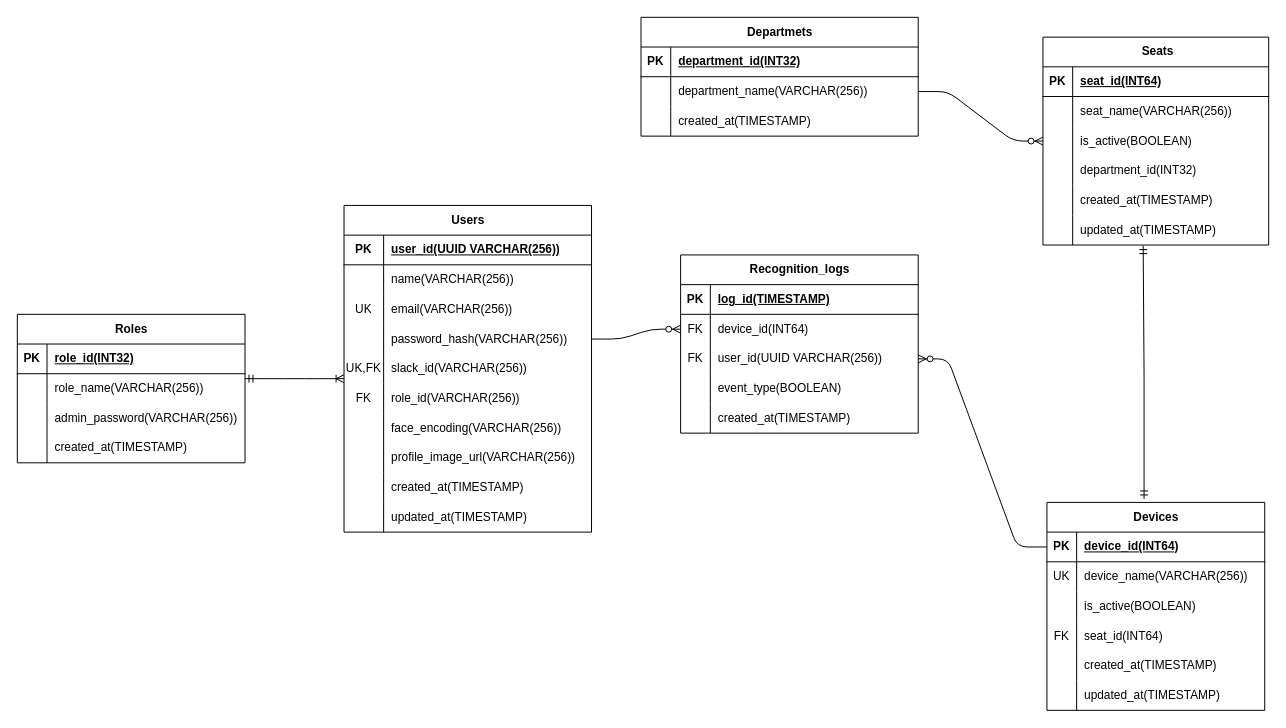
Before: blueprint/er.drawio in kazushi-yoshida-safie/seating-cam-system, a draw.io diagram. Source tidied: cells renumbered, new cells numbered last; positions are measured from the earlier drawing's top-left corner, leaving out a move shared by most shapes. Both pictures are drawn from the tidied source at 99%, with x=0, y=0 at pixel (17, 17).
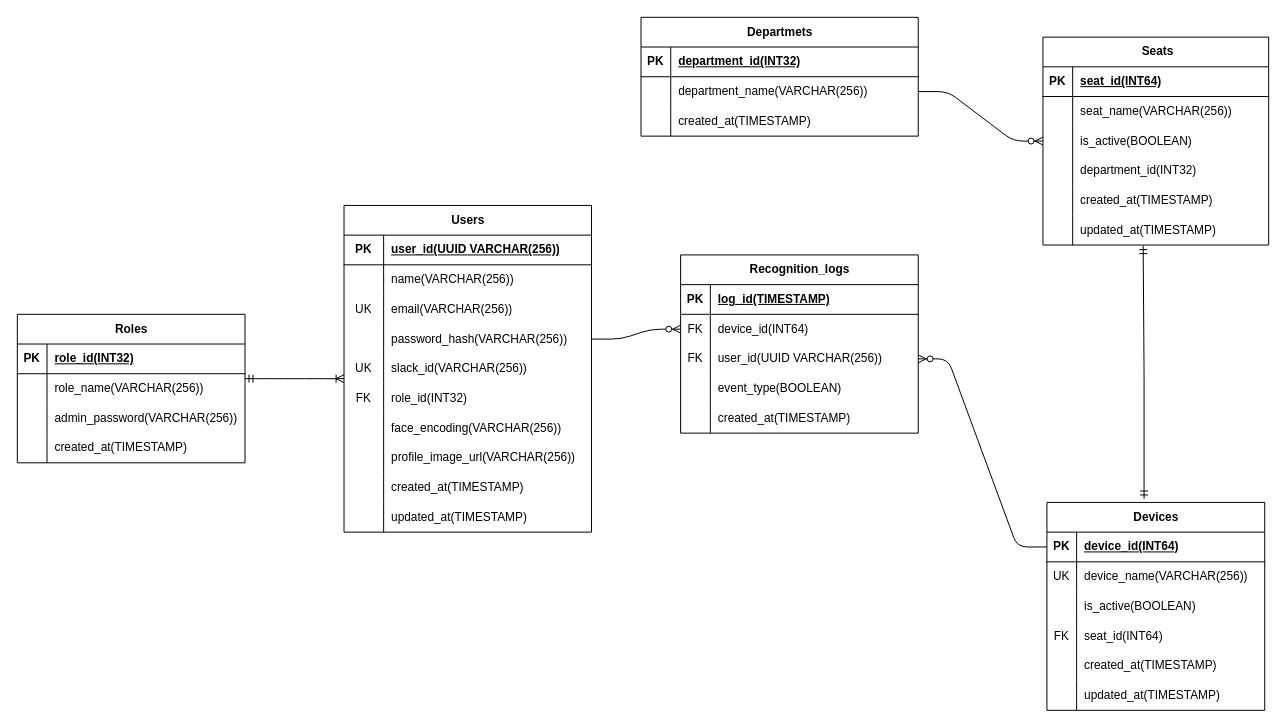
The same diagram, later.

The change refers to these unchanged cells:
```xml
<mxCell id="20" style="shape=tableRow;horizontal=0;startSize=0;swimlaneHead=0;swimlaneBody=0;fillColor=none;top=0;left=0;right=0;bottom=0;" parent="7" vertex="1">
  <mxGeometry y="150" width="250" height="30" as="geometry" />
</mxCell>
<mxCell id="23" style="shape=tableRow;horizontal=0;startSize=0;swimlaneHead=0;swimlaneBody=0;fillColor=none;top=0;left=0;right=0;bottom=0;" parent="7" vertex="1">
  <mxGeometry y="180" width="250" height="30" as="geometry" />
</mxCell>
```

Diff of the diagram source:
```diff
@@
-    <mxCell id="21" value="UK,FK" style="shape=partialRectangle;fillColor=none;top=0;left=0;bottom=0;right=0;overflow=hidden;whiteSpace=wrap;html=1;" parent="20" vertex="1">
+    <mxCell id="21" value="UK" style="shape=partialRectangle;fillColor=none;top=0;left=0;bottom=0;right=0;overflow=hidden;whiteSpace=wrap;html=1;" parent="20" vertex="1">
       <mxGeometry width="40" height="30" as="geometry" />
     </mxCell>
@@
-    <mxCell id="25" value="role_id&lt;span style=&quot;color: rgb(0, 0, 0);&quot;&gt;(VARCHAR(256))&lt;/span&gt;" style="shape=partialRectangle;fillColor=none;top=0;left=0;bottom=0;right=0;align=left;spacingLeft=6;overflow=hidden;whiteSpace=wrap;html=1;" parent="23" vertex="1">
+    <mxCell id="25" value="role_id&lt;span style=&quot;color: rgb(0, 0, 0);&quot;&gt;(INT32)&lt;/span&gt;" style="shape=partialRectangle;fillColor=none;top=0;left=0;bottom=0;right=0;align=left;spacingLeft=6;overflow=hidden;whiteSpace=wrap;html=1;" parent="23" vertex="1">
       <mxGeometry x="40" width="210" height="30" as="geometry" />
     </mxCell>
```
